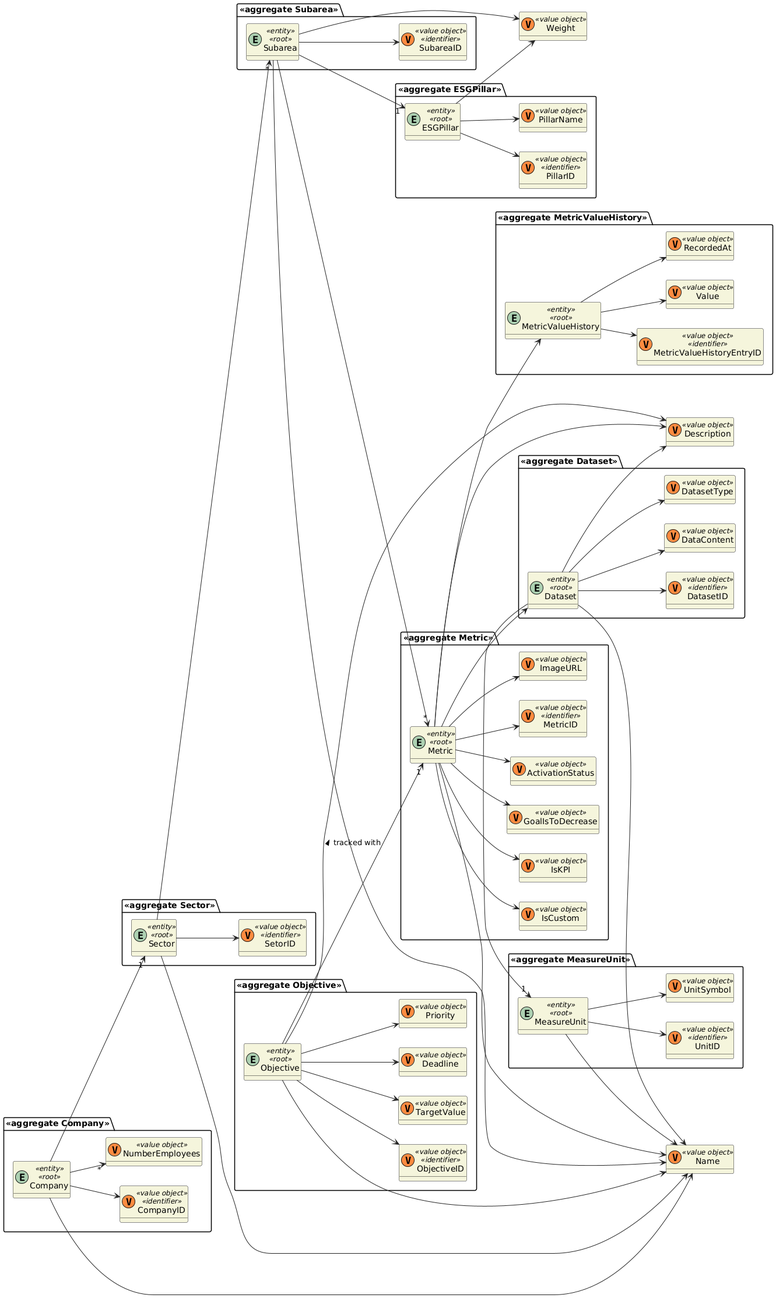
Earlier version of the PlantUML export frontmatter/assets/diagrams/Domain Model/Domain_Model2.png (matilde-varela/ISEP-PESTI-Report-2025).
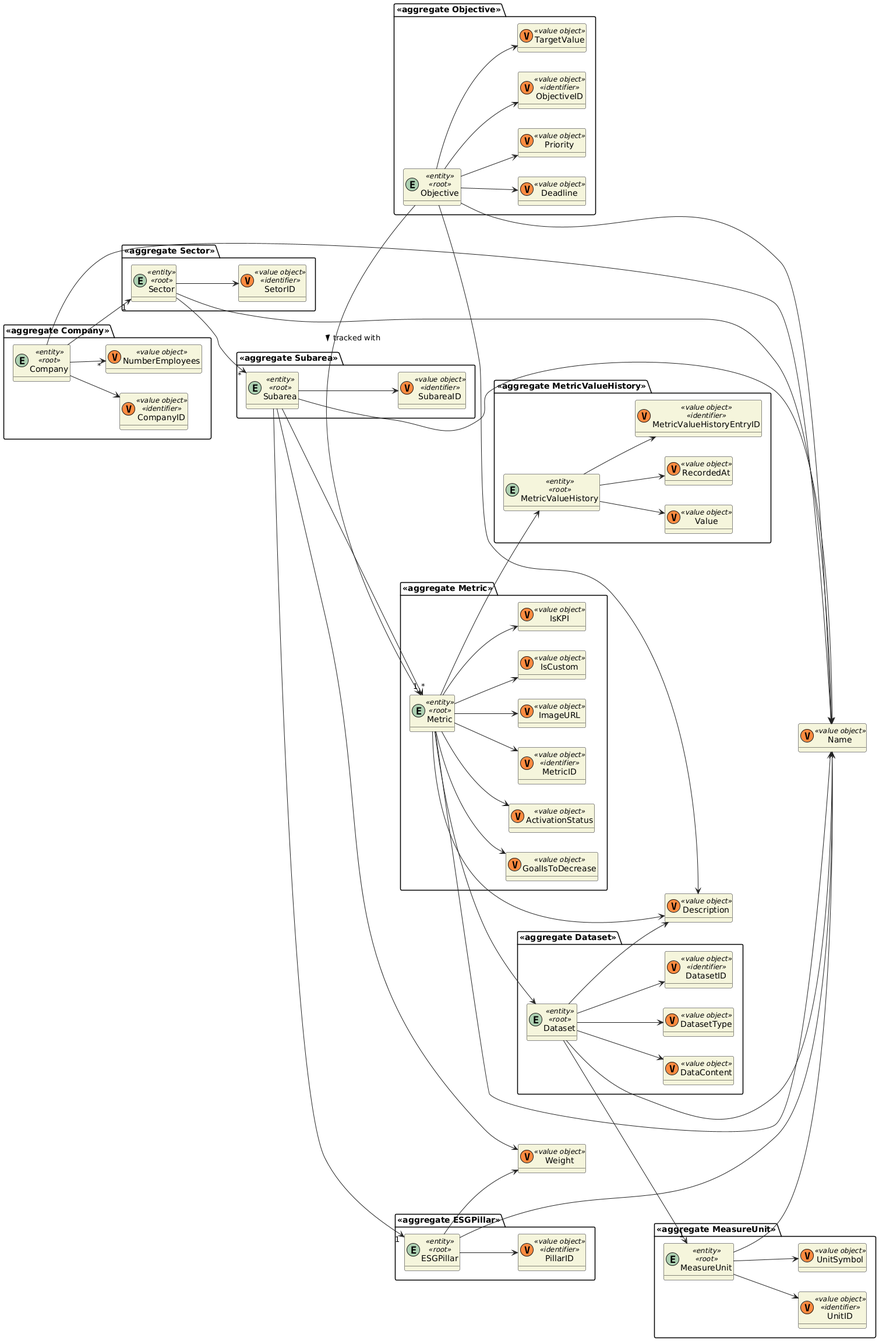
Above is the later version.

Change to the diagram source:
```diff
@@ -13,11 +13,10 @@
 package "<<aggregate ESGPillar>>" {
     entity ESGPillar <<entity>> <<root>>
     class PillarID <<(V,#FF8B40)value object>> <<identifier>>
-    class PillarName <<(V,#FF8B40)value object>>
 }
 
 ESGPillar --> PillarID
-ESGPillar --> PillarName
+ESGPillar --> Name
 ESGPillar --> Weight
 
 package "<<aggregate Company>>" {
@@ -47,7 +46,7 @@
 
 Subarea --> SubareaID
 Subarea --> Name
-Subarea -> Weight
+Subarea --> Weight
 Subarea --> "1" ESGPillar
 
 Sector --> "*" Subarea
@@ -111,7 +110,7 @@
 MeasureUnit --> UnitID
 MeasureUnit --> Name
 MeasureUnit --> UnitSymbol
-Dataset -> "1" MeasureUnit
+Dataset --> "1" MeasureUnit
 
 package "<<aggregate Objective>>" {
     entity Objective <<entity>> <<root>>
@@ -122,10 +121,10 @@
 }
 
 Objective --> ObjectiveID
-Objective -> Name
-Objective -> Description
+Objective --> Name
+Objective --> Description
 Objective --> TargetValue
 Objective --> Deadline
 Objective --> Priority
-Objective --> "1" Metric : "tracked with >"
+Objective -> "1" Metric : "tracked with >"
 @enduml
```
